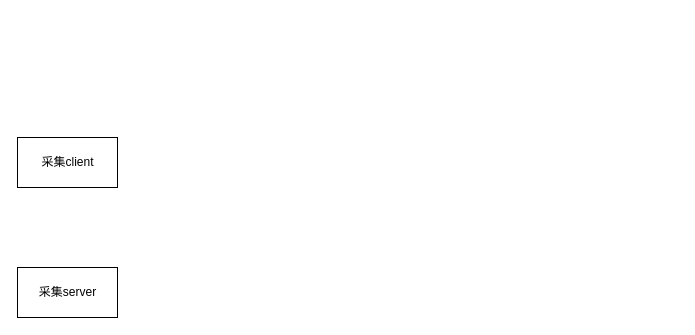
This is Untitled Diagram.drawio from renxinlin/-, a draw.io file, before an edit. Source tidied: cells renumbered, new cells numbered last; positions are measured from the earlier drawing's top-left corner, leaving out a move shared by most shapes. Both pictures are drawn from the tidied source at 100%, with x=0, y=0 at pixel (17, 137).
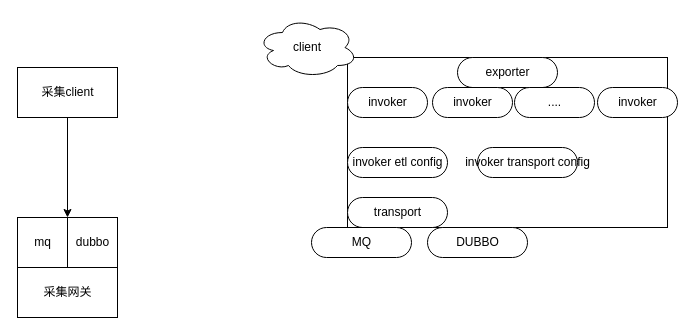
The same page after the edit.

Change to the diagram source:
```diff
@@
 <mxGraphModel>
   <root>
     <mxCell id="0" />
     <mxCell id="1" parent="0" />
+    <mxCell id="4" style="edgeStyle=orthogonalEdgeStyle;rounded=0;jettySize=auto;html=1;exitX=0.5;exitY=1;exitDx=0;exitDy=0;entryX=0;entryY=0;entryDx=0;entryDy=0;" parent="1" edge="1" source="2" target="6">
+      <mxGeometry relative="1" as="geometry" />
+    </mxCell>
     <mxCell id="2" value="采集client" style="html=1;dashed=0;whitespace=wrap;" parent="1" vertex="1">
-      <mxGeometry width="100" height="50" as="geometry" />
+      <mxGeometry y="-70" width="100" height="50" as="geometry" />
     </mxCell>
-    <mxCell id="3" value="采集server" style="html=1;dashed=0;whitespace=wrap;" parent="1" vertex="1">
+    <mxCell id="3" value="采集网关" style="html=1;dashed=0;whitespace=wrap;" parent="1" vertex="1">
       <mxGeometry y="130" width="100" height="50" as="geometry" />
     </mxCell>
+    <mxCell id="5" value="mq" style="html=1;dashed=0;whitespace=wrap;" parent="1" vertex="1">
+      <mxGeometry y="80" width="50" height="50" as="geometry" />
+    </mxCell>
+    <mxCell id="6" value="dubbo" style="html=1;dashed=0;whitespace=wrap;" parent="1" vertex="1">
+      <mxGeometry x="50" y="80" width="50" height="50" as="geometry" />
+    </mxCell>
+    <mxCell id="7" style="html=1;dashed=0;whitespace=wrap;" parent="1" vertex="1">
+      <mxGeometry x="330" y="-80" width="320" height="170" as="geometry" />
+    </mxCell>
+    <mxCell id="8" value="exporter" style="html=1;dashed=0;whitespace=wrap;shape=mxgraph.dfd.start;" parent="1" vertex="1">
+      <mxGeometry x="440" y="-80" width="100" height="30" as="geometry" />
+    </mxCell>
+    <mxCell id="9" value="client" style="shape=cloud;whiteSpace=wrap;html=1;" parent="1" vertex="1">
+      <mxGeometry x="240" y="-120" width="100" height="60" as="geometry" />
+    </mxCell>
+    <mxCell id="10" value="invoker" style="html=1;dashed=0;whitespace=wrap;shape=mxgraph.dfd.start;" parent="1" vertex="1">
+      <mxGeometry x="330" y="-50" width="80" height="30" as="geometry" />
+    </mxCell>
+    <mxCell id="11" value="invoker" style="html=1;dashed=0;whitespace=wrap;shape=mxgraph.dfd.start;" parent="1" vertex="1">
+      <mxGeometry x="415" y="-50" width="80" height="30" as="geometry" />
+    </mxCell>
+    <mxCell id="12" value="...." style="html=1;dashed=0;whitespace=wrap;shape=mxgraph.dfd.start;" parent="1" vertex="1">
+      <mxGeometry x="497" y="-50" width="80" height="30" as="geometry" />
+    </mxCell>
+    <mxCell id="13" value="invoker" style="html=1;dashed=0;whitespace=wrap;shape=mxgraph.dfd.start;" parent="1" vertex="1">
+      <mxGeometry x="580" y="-50" width="80" height="30" as="geometry" />
+    </mxCell>
+    <mxCell id="14" value="invoker etl config" style="html=1;dashed=0;whitespace=wrap;shape=mxgraph.dfd.start;" parent="1" vertex="1">
+      <mxGeometry x="330" y="10" width="100" height="30" as="geometry" />
+    </mxCell>
+    <mxCell id="15" value="invoker transport config" style="html=1;dashed=0;whitespace=wrap;shape=mxgraph.dfd.start;" parent="1" vertex="1">
+      <mxGeometry x="460" y="10" width="100" height="30" as="geometry" />
+    </mxCell>
+    <mxCell id="16" value="transport" style="html=1;dashed=0;whitespace=wrap;shape=mxgraph.dfd.start;" parent="1" vertex="1">
+      <mxGeometry x="330" y="60" width="100" height="30" as="geometry" />
+    </mxCell>
+    <mxCell id="17" value="MQ" style="html=1;dashed=0;whitespace=wrap;shape=mxgraph.dfd.start;" parent="1" vertex="1">
+      <mxGeometry x="294" y="90" width="100" height="30" as="geometry" />
+    </mxCell>
+    <mxCell id="18" value="DUBBO" style="html=1;dashed=0;whitespace=wrap;shape=mxgraph.dfd.start;" parent="1" vertex="1">
+      <mxGeometry x="410" y="90" width="100" height="30" as="geometry" />
+    </mxCell>
   </root>
 </mxGraphModel>
```
